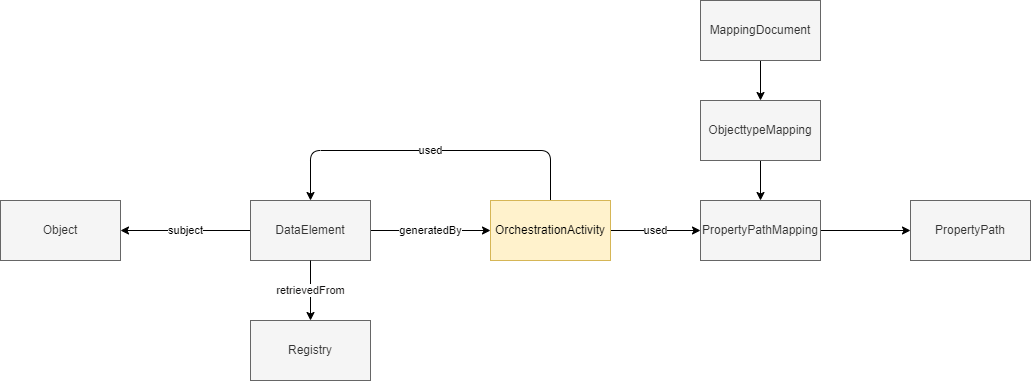
The draw.io diagram media/level3.2.png in Geonovum/IMX-LineageModel, before a commit. Source tidied: cells renumbered, new cells last; positions are measured from the earlier drawing's top-left corner, leaving out a move shared by most shapes.
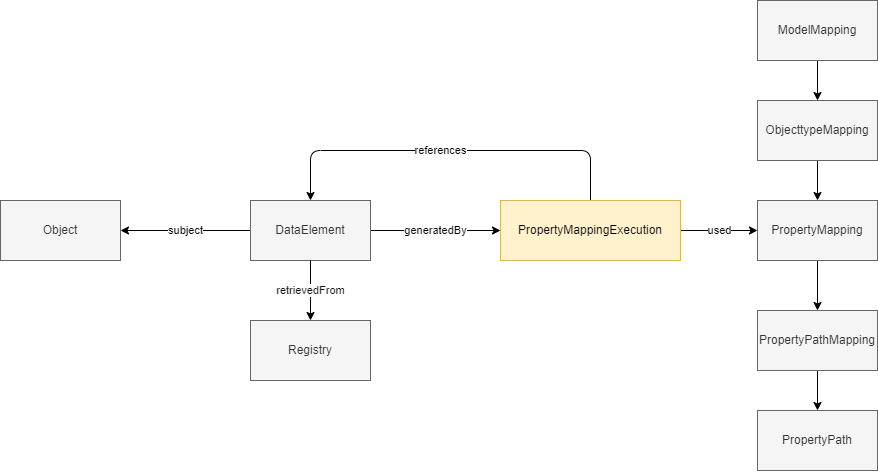
The same file after the commit.

Diff of the diagram source:
```diff
@@ -11,19 +11,19 @@
     <mxCell id="4" value="Gegeven" style="rounded=0;whiteSpace=wrap;html=1;" parent="1" vertex="1">
       <mxGeometry x="250" y="200" width="120" height="60" as="geometry" />
     </mxCell>
-    <mxCell id="5" value="used" style="edgeStyle=none;html=1;entryX=0.5;entryY=0;entryDx=0;entryDy=0;" parent="1" edge="1" source="7" target="4">
-      <mxGeometry relative="1" as="geometry">
+    <mxCell id="5" value="references" style="edgeStyle=none;html=1;entryX=0.5;entryY=0;entryDx=0;entryDy=0;" parent="1" edge="1" source="7" target="4">
+      <mxGeometry x="0.05" relative="1" as="geometry">
         <Array as="points">
-          <mxPoint x="550" y="150" />
+          <mxPoint x="590" y="150" />
           <mxPoint x="310" y="150" />
         </Array>
       </mxGeometry>
     </mxCell>
-    <mxCell id="6" value="used" style="edgeStyle=none;html=1;" parent="1" edge="1" source="7" target="14">
+    <mxCell id="6" value="used" style="edgeStyle=none;html=1;" parent="1" edge="1" source="7" target="21">
       <mxGeometry relative="1" as="geometry" />
     </mxCell>
-    <mxCell id="7" value="OrchestrationActivity" style="rounded=0;whiteSpace=wrap;html=1;fillColor=#fff2cc;strokeColor=#d6b656;" parent="1" vertex="1">
-      <mxGeometry x="490" y="200" width="120" height="60" as="geometry" />
+    <mxCell id="7" value="PropertyMappingExecution" style="rounded=0;whiteSpace=wrap;html=1;fillColor=#fff2cc;strokeColor=#d6b656;" parent="1" vertex="1">
+      <mxGeometry x="500" y="200" width="180" height="60" as="geometry" />
     </mxCell>
     <mxCell id="8" value="Object" style="rounded=0;whiteSpace=wrap;html=1;" parent="1" vertex="1">
       <mxGeometry y="200" width="120" height="60" as="geometry" />
@@ -37,23 +37,26 @@
     <mxCell id="11" style="edgeStyle=none;html=1;" parent="1" edge="1" source="12" target="17">
       <mxGeometry relative="1" as="geometry" />
     </mxCell>
-    <mxCell id="12" value="MappingDocument" style="rounded=0;whiteSpace=wrap;html=1;fillColor=#f5f5f5;fontColor=#333333;strokeColor=#666666;" parent="1" vertex="1">
-      <mxGeometry x="700" width="120" height="60" as="geometry" />
+    <mxCell id="12" value="ModelMapping" style="rounded=0;whiteSpace=wrap;html=1;fillColor=#f5f5f5;fontColor=#333333;strokeColor=#666666;" parent="1" vertex="1">
+      <mxGeometry x="757" width="120" height="60" as="geometry" />
     </mxCell>
     <mxCell id="13" style="edgeStyle=none;html=1;" parent="1" edge="1" source="14" target="15">
       <mxGeometry relative="1" as="geometry" />
     </mxCell>
     <mxCell id="14" value="PropertyPathMapping" style="rounded=0;whiteSpace=wrap;html=1;fillColor=#f5f5f5;fontColor=#333333;strokeColor=#666666;" parent="1" vertex="1">
-      <mxGeometry x="700" y="200" width="120" height="60" as="geometry" />
+      <mxGeometry x="757" y="310" width="120" height="60" as="geometry" />
     </mxCell>
     <mxCell id="15" value="PropertyPath" style="rounded=0;whiteSpace=wrap;html=1;fillColor=#f5f5f5;fontColor=#333333;strokeColor=#666666;" parent="1" vertex="1">
-      <mxGeometry x="910" y="200" width="120" height="60" as="geometry" />
+      <mxGeometry x="757" y="410" width="120" height="60" as="geometry" />
     </mxCell>
-    <mxCell id="16" style="edgeStyle=none;html=1;" parent="1" edge="1" source="17" target="14">
+    <mxCell id="16" style="edgeStyle=none;html=1;exitX=0.5;exitY=1;exitDx=0;exitDy=0;" parent="1" edge="1" source="21" target="14">
       <mxGeometry relative="1" as="geometry" />
     </mxCell>
+    <mxCell id="20" style="edgeStyle=none;html=1;entryX=0.5;entryY=0;entryDx=0;entryDy=0;" parent="1" edge="1" source="17" target="21">
+      <mxGeometry relative="1" as="geometry" />
+    </mxCell>
     <mxCell id="17" value="ObjecttypeMapping" style="rounded=0;whiteSpace=wrap;html=1;fillColor=#f5f5f5;fontColor=#333333;strokeColor=#666666;" parent="1" vertex="1">
-      <mxGeometry x="700" y="100" width="120" height="60" as="geometry" />
+      <mxGeometry x="757" y="100" width="120" height="60" as="geometry" />
     </mxCell>
     <mxCell id="18" value="retrievedFrom" style="edgeStyle=none;html=1;fontColor=#121111;" parent="1" edge="1" source="10" target="19">
       <mxGeometry relative="1" as="geometry" />
@@ -61,5 +64,8 @@
     <mxCell id="19" value="Registry" style="rounded=0;whiteSpace=wrap;html=1;fillColor=#f5f5f5;fontColor=#333333;strokeColor=#666666;" parent="1" vertex="1">
       <mxGeometry x="250" y="320" width="120" height="60" as="geometry" />
     </mxCell>
+    <mxCell id="21" value="PropertyMapping" style="rounded=0;whiteSpace=wrap;html=1;fillColor=#f5f5f5;fontColor=#333333;strokeColor=#666666;" parent="1" vertex="1">
+      <mxGeometry x="757" y="200" width="120" height="60" as="geometry" />
+    </mxCell>
   </root>
 </mxGraphModel>
```
